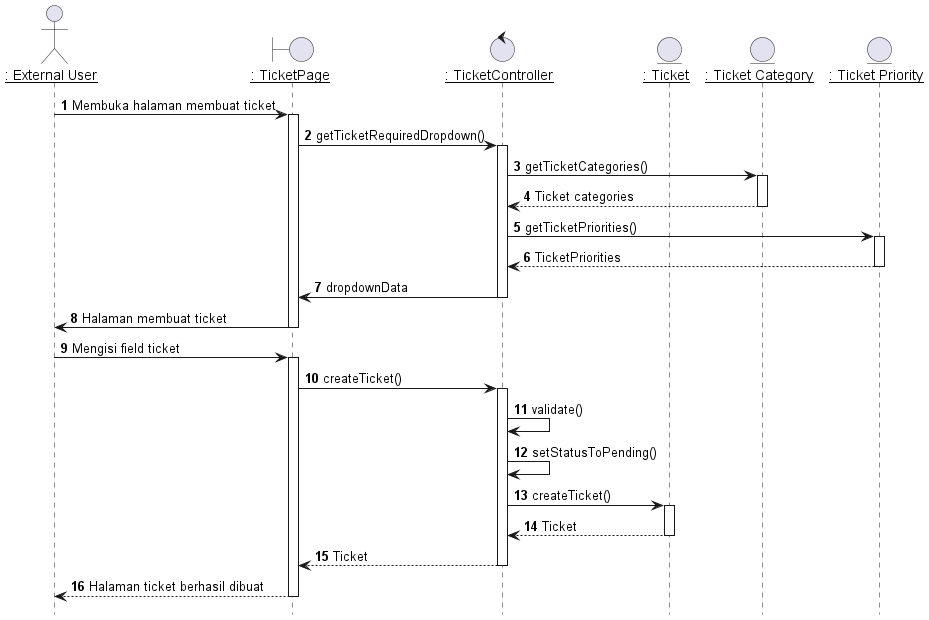
Before: out/plantuml/sequence/ex/ex3/Membuat Ticket.png, a diagram exported from PlantUML (TAS-PKL/Laporan-PKL-Ticketing).
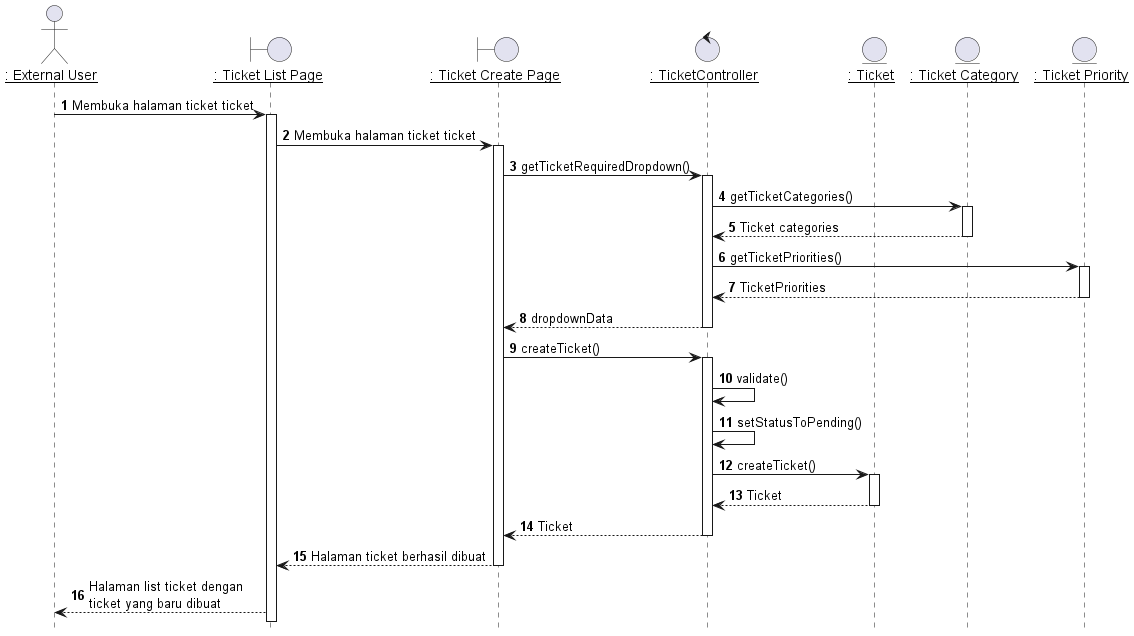
After the change.

Diff of the diagram source:
```diff
@@ -4,7 +4,8 @@
 
 
 actor EU as "__: External User__"
-boundary TicketPage as "__: TicketPage__"
+boundary TicketListPage as "__: Ticket List Page__"
+boundary TicketCreatePage as "__: Ticket Create Page__"
 control TicketController as "__: TicketController__"
 entity Ticket as "__: Ticket__"
 entity TicketCategories as "__: Ticket Category__"
@@ -12,10 +13,13 @@
 
 
 autonumber 1
-EU -> TicketPage: Membuka halaman membuat ticket
-activate TicketPage
+EU -> TicketListPage: Membuka halaman ticket ticket
+activate TicketListPage
 
-TicketPage -> TicketController: getTicketRequiredDropdown()
+TicketListPage -> TicketCreatePage: Membuka halaman ticket ticket
+activate TicketCreatePage
+
+TicketCreatePage -> TicketController: getTicketRequiredDropdown()
 activate TicketController
 
 TicketController -> TicketCategories: getTicketCategories()
@@ -31,17 +35,12 @@
 TicketPriorities --> TicketController : TicketPriorities
 deactivate TicketPriorities
 
-TicketController -> TicketPage: dropdownData
+TicketController --> TicketCreatePage: dropdownData
 deactivate TicketController
 
-TicketPage -> EU: Halaman membuat ticket
-deactivate TicketPage
 
 
-EU -> TicketPage: Mengisi field ticket
-activate TicketPage
-
-TicketPage -> TicketController: createTicket()
+TicketCreatePage -> TicketController: createTicket()
 activate TicketController
 
 TicketController -> TicketController: validate()
@@ -53,11 +52,14 @@
 Ticket --> TicketController : Ticket
 deactivate Ticket
 
-TicketController --> TicketPage : Ticket
+TicketController --> TicketCreatePage : Ticket
 deactivate TicketController
 
-TicketPage --> EU : Halaman ticket berhasil dibuat
-deactivate TicketPage
+TicketCreatePage --> TicketListPage : Halaman ticket berhasil dibuat
+deactivate TicketCreatePage
+
+TicketListPage --> EU : Halaman list ticket dengan\nticket yang baru dibuat
+deactivate TicketCreatePage
 
 
 @enduml
```
